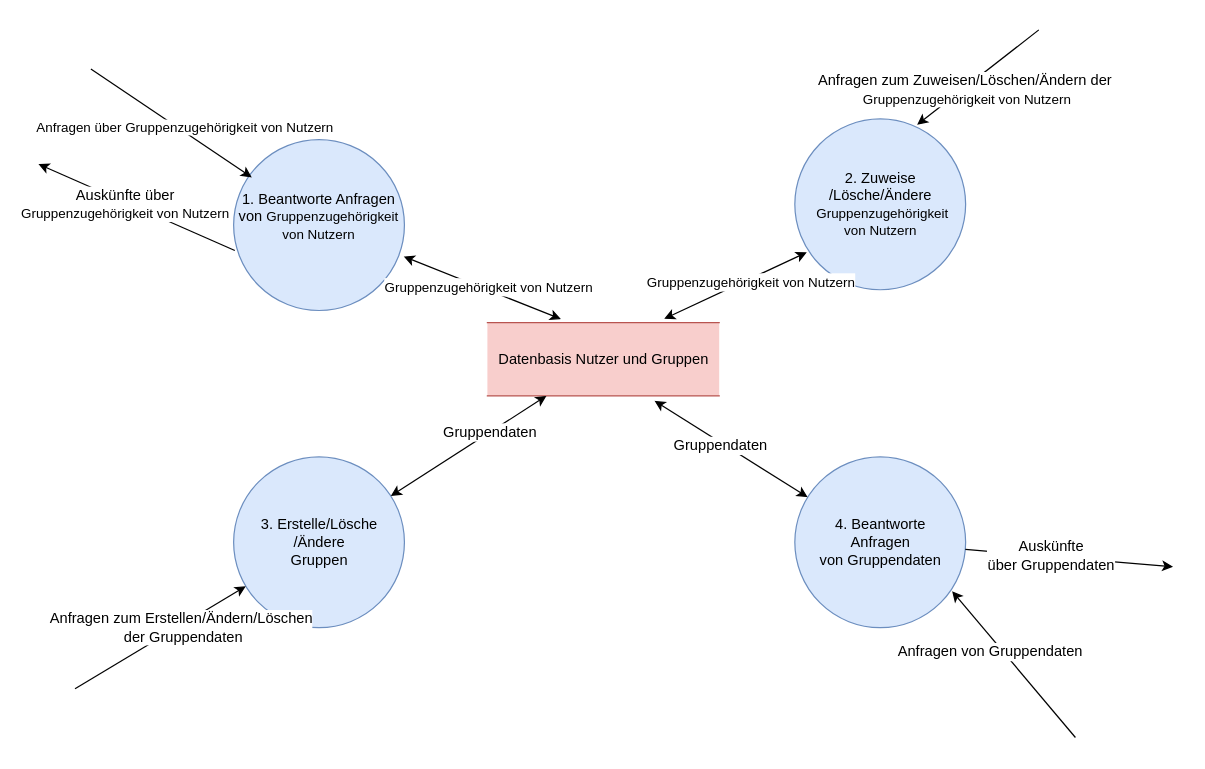
Before: 2_Ontologies/Strukturierte Analyse/DFDs/Level2/DFD_2 Verwalte Gruppen.drawio in mostermann96/SWT2, a draw.io diagram. Source tidied: cells renumbered, new cells numbered last; positions are measured from the earlier drawing's top-left corner, leaving out a move shared by most shapes. Both pictures are drawn from the tidied source at 122%, with x=0, y=0 at pixel (38, 29).
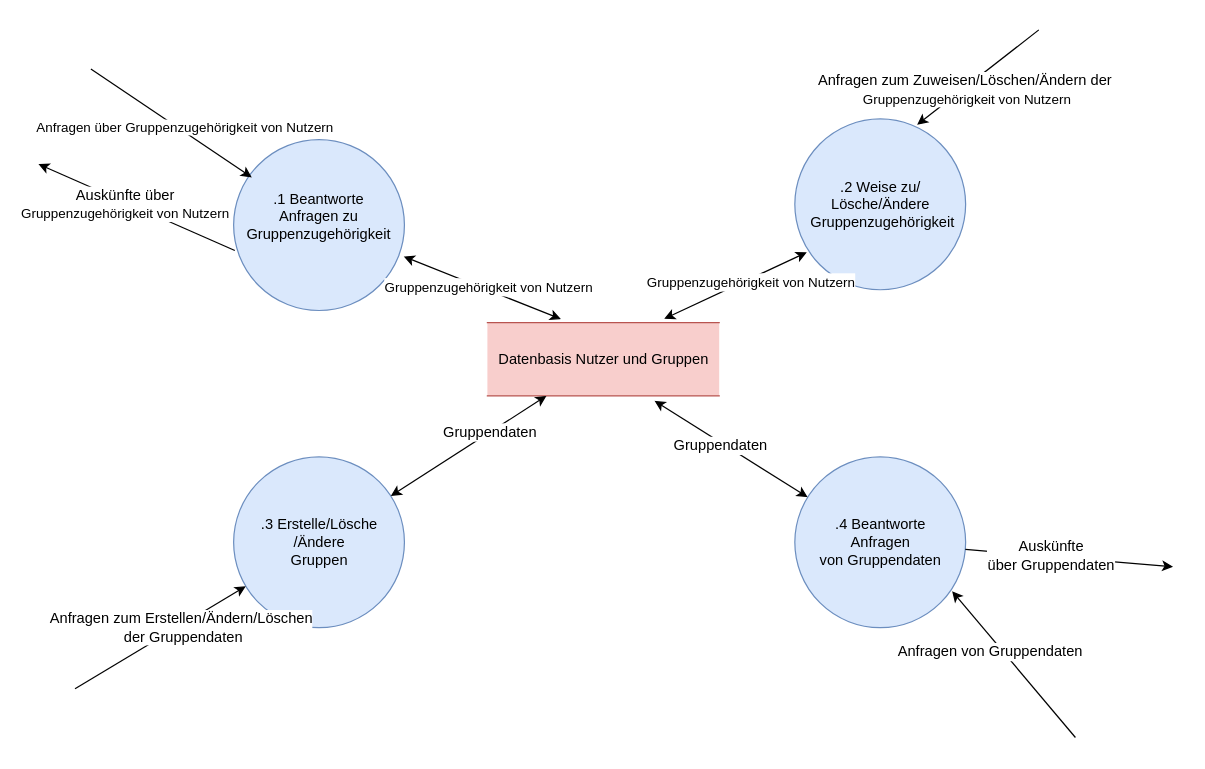
Above is the later version.

What changed in the source:
```diff
@@
-    <mxCell id="3" value="2. Zuweise&lt;br&gt;/Lösche/Ändere&lt;br&gt;&amp;nbsp;&lt;span style=&quot;font-size: 11px&quot;&gt;Gruppenzugehörigkeit &lt;br&gt;von Nutzern&lt;/span&gt;" style="shape=ellipse;html=1;dashed=0;whitespace=wrap;perimeter=ellipsePerimeter;fillColor=#dae8fc;strokeColor=#6c8ebf;" parent="1" vertex="1">
+    <mxCell id="3" value="&lt;div&gt;&lt;font style=&quot;font-size: 12px&quot;&gt;.2 Weise zu/&lt;/font&gt;&lt;/div&gt;&lt;div&gt;&lt;font style=&quot;font-size: 12px&quot;&gt;Lösche/Ändere&lt;/font&gt;&lt;/div&gt;&lt;font style=&quot;font-size: 12px&quot;&gt;&amp;nbsp;&lt;span&gt;Gruppenzugehörigkeit &lt;br&gt;&lt;/span&gt;&lt;/font&gt;" style="shape=ellipse;html=1;dashed=0;whitespace=wrap;perimeter=ellipsePerimeter;fillColor=#dae8fc;strokeColor=#6c8ebf;" parent="1" vertex="1">
       <mxGeometry x="620" y="73" width="140" height="140" as="geometry" />
     </mxCell>
-    <mxCell id="4" value="3. Erstelle/Lösche&lt;br&gt;/Ändere &lt;br&gt;Gruppen" style="shape=ellipse;html=1;dashed=0;whitespace=wrap;perimeter=ellipsePerimeter;fillColor=#dae8fc;strokeColor=#6c8ebf;" parent="1" vertex="1">
+    <mxCell id="4" value=".3 Erstelle/Lösche&lt;br&gt;/Ändere &lt;br&gt;Gruppen" style="shape=ellipse;html=1;dashed=0;whitespace=wrap;perimeter=ellipsePerimeter;fillColor=#dae8fc;strokeColor=#6c8ebf;" parent="1" vertex="1">
       <mxGeometry x="160" y="350" width="140" height="140" as="geometry" />
     </mxCell>
-    <mxCell id="5" value="4. Beantworte &lt;br&gt;Anfragen &lt;br&gt;von Gruppendaten" style="shape=ellipse;html=1;dashed=0;whitespace=wrap;perimeter=ellipsePerimeter;fillColor=#dae8fc;strokeColor=#6c8ebf;" parent="1" vertex="1">
+    <mxCell id="5" value=".4 Beantworte &lt;br&gt;Anfragen &lt;br&gt;von Gruppendaten" style="shape=ellipse;html=1;dashed=0;whitespace=wrap;perimeter=ellipsePerimeter;fillColor=#dae8fc;strokeColor=#6c8ebf;" parent="1" vertex="1">
       <mxGeometry x="620" y="350" width="140" height="140" as="geometry" />
     </mxCell>
@@
-    <mxCell id="8" value="1. Beantworte Anfragen von&amp;nbsp;&lt;span style=&quot;font-size: 11px ; white-space: nowrap&quot;&gt;Gruppenzugehörigkeit &lt;br&gt;von Nutzern&lt;/span&gt;" style="text;html=1;strokeColor=none;fillColor=none;align=center;verticalAlign=middle;whiteSpace=wrap;rounded=0;" parent="1" vertex="1">
+    <mxCell id="8" value="&lt;div&gt;&lt;font style=&quot;font-size: 12px&quot;&gt;.1 Beantworte Anfragen zu &lt;br&gt;&lt;/font&gt;&lt;/div&gt;&lt;div&gt;&lt;span style=&quot;white-space: nowrap&quot;&gt;&lt;font style=&quot;font-size: 12px&quot;&gt;Gruppenzugehörigkeit &lt;/font&gt;&lt;/span&gt;&lt;/div&gt;&lt;div&gt;&lt;span style=&quot;white-space: nowrap&quot;&gt;&lt;/span&gt;&lt;/div&gt;" style="text;html=1;strokeColor=none;fillColor=none;align=center;verticalAlign=middle;whiteSpace=wrap;rounded=0;" parent="1" vertex="1">
       <mxGeometry x="210" y="143" width="40" height="20" as="geometry" />
     </mxCell>
```
